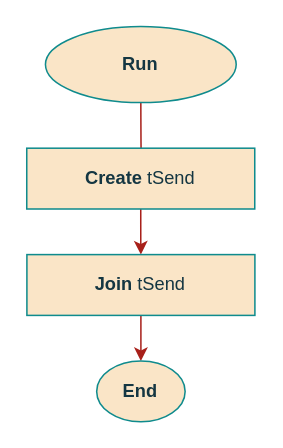
ESRGgroup9/slipad keeps this draw.io diagram as page "run_Client" (9 of 12) of documentation/flowcharts/RS/RS.drawio. Above is the earlier version. Source tidied: cells renumbered, new cells numbered last; positions are measured from the earlier drawing's top-left corner, leaving out a move shared by most shapes. Both pictures are drawn from the tidied source at 152%, with x=0, y=0 at pixel (26, 26).
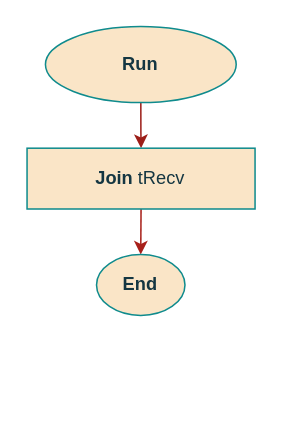
After the change.

What changed in the source:
```diff
@@
 <mxGraphModel>
   <root>
     <mxCell id="0" />
     <mxCell id="1" parent="0" />
-    <mxCell id="2" style="edgeStyle=orthogonalEdgeStyle;curved=0;rounded=1;sketch=0;jettySize=auto;html=1;exitX=0.5;exitY=1;exitDx=0;exitDy=0;entryX=0.5;entryY=0;entryDx=0;entryDy=0;fontColor=#143642;strokeColor=#A8201A;fillColor=#FAE5C7;" parent="1" edge="1" source="3">
-      <mxGeometry relative="1" as="geometry">
-        <mxPoint x="75.4" y="90" as="targetPoint" />
-      </mxGeometry>
-    </mxCell>
+    <mxCell id="9" style="edgeStyle=orthogonalEdgeStyle;rounded=0;jettySize=auto;html=1;strokeColor=#9C1E18;" parent="1" edge="1" source="3" target="7">
+      <mxGeometry relative="1" as="geometry" />
+    </mxCell>
     <mxCell id="3" value="&lt;div&gt;Run&lt;span style=&quot;font-weight: normal&quot;&gt;&lt;/span&gt;&lt;br&gt;&lt;/div&gt;" style="ellipse;whiteSpace=wrap;html=1;fillColor=#FAE5C7;strokeColor=#0F8B8D;fontColor=#143642;fontStyle=1;" parent="1" vertex="1">
       <mxGeometry x="12.4" width="125.5" height="50" as="geometry" />
     </mxCell>
-    <mxCell id="4" style="edgeStyle=orthogonalEdgeStyle;curved=0;rounded=1;sketch=0;jettySize=auto;html=1;fontColor=#143642;strokeColor=#A8201A;fillColor=#FAE5C7;" parent="1" edge="1" source="5">
-      <mxGeometry relative="1" as="geometry">
-        <mxPoint x="75.2" y="150" as="targetPoint" />
-      </mxGeometry>
-    </mxCell>
-    <mxCell id="5" value="&lt;b&gt;Create&lt;/b&gt; tSend" style="rounded=0;whiteSpace=wrap;html=1;sketch=0;fontColor=#143642;strokeColor=#0F8B8D;fillColor=#FAE5C7;" parent="1" vertex="1">
-      <mxGeometry x="0.1" y="80" width="150" height="40" as="geometry" />
-    </mxCell>
     <mxCell id="6" style="edgeStyle=orthogonalEdgeStyle;rounded=1;jettySize=auto;html=1;exitX=0.5;exitY=1;exitDx=0;exitDy=0;entryX=0.5;entryY=0;entryDx=0;entryDy=0;strokeColor=#A8201A;" parent="1" edge="1" source="7" target="8">
       <mxGeometry relative="1" as="geometry" />
     </mxCell>
-    <mxCell id="7" value="&lt;b&gt;Join&lt;/b&gt; tSend" style="rounded=0;whiteSpace=wrap;html=1;sketch=0;fontColor=#143642;strokeColor=#0F8B8D;fillColor=#FAE5C7;" parent="1" vertex="1">
-      <mxGeometry x="0.2" y="150" width="150" height="40" as="geometry" />
+    <mxCell id="7" value="&lt;b&gt;Join&lt;/b&gt; tRecv" style="rounded=0;whiteSpace=wrap;html=1;sketch=0;fontColor=#143642;strokeColor=#0F8B8D;fillColor=#FAE5C7;" parent="1" vertex="1">
+      <mxGeometry x="0.3" y="80" width="150" height="40" as="geometry" />
     </mxCell>
     <mxCell id="8" value="End" style="ellipse;whiteSpace=wrap;html=1;fillColor=#FAE5C7;strokeColor=#0F8B8D;fontColor=#143642;fontStyle=1;" parent="1" vertex="1">
-      <mxGeometry x="46.1" y="220" width="58.2" height="40" as="geometry" />
+      <mxGeometry x="46" y="150" width="58.2" height="40" as="geometry" />
     </mxCell>
   </root>
 </mxGraphModel>
```
